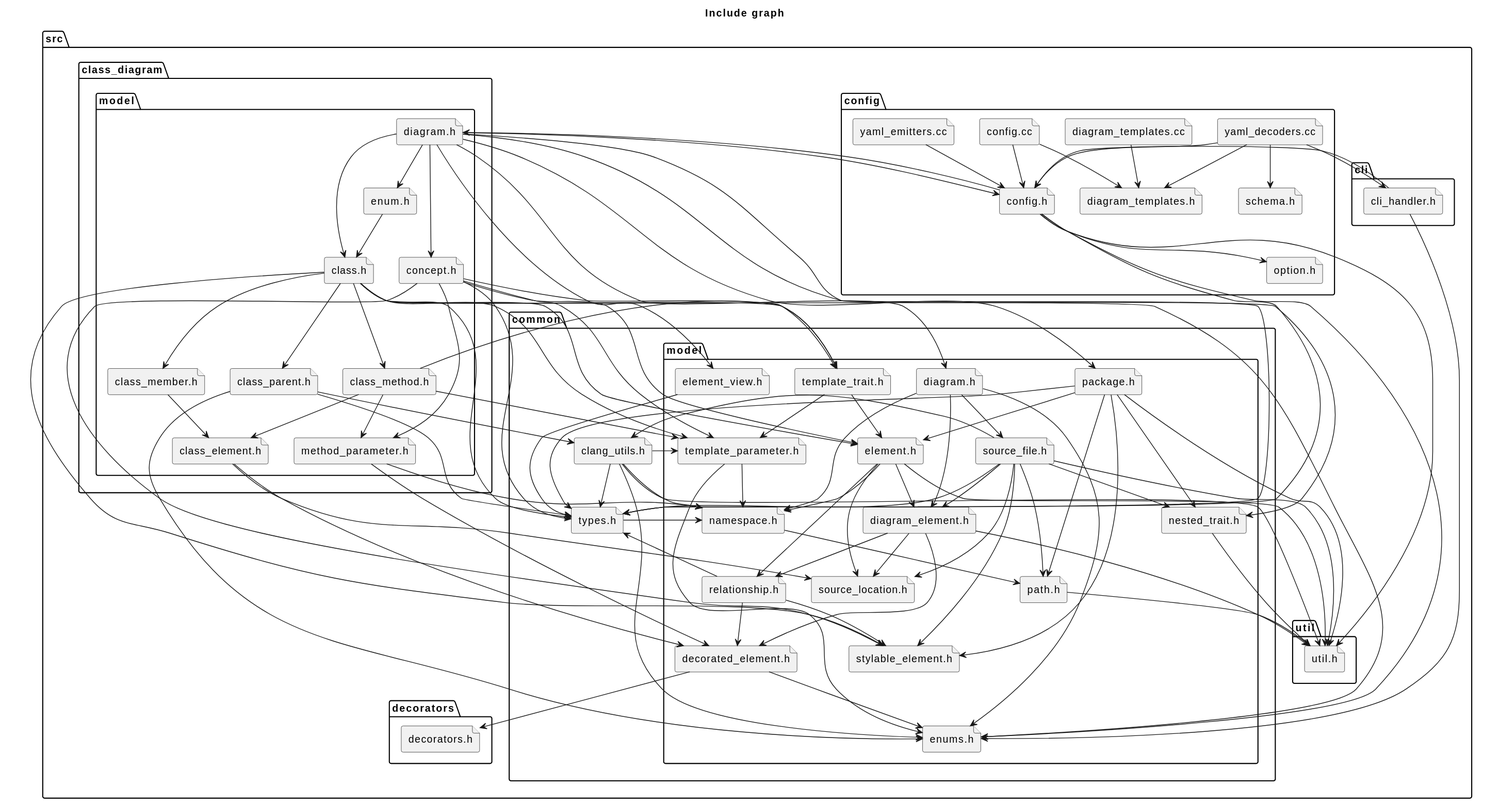
This is clang-uml/diagrams/include_graph.svg from bkryza/clang-uml-examples, a PlantUML export, as it was before one commit.
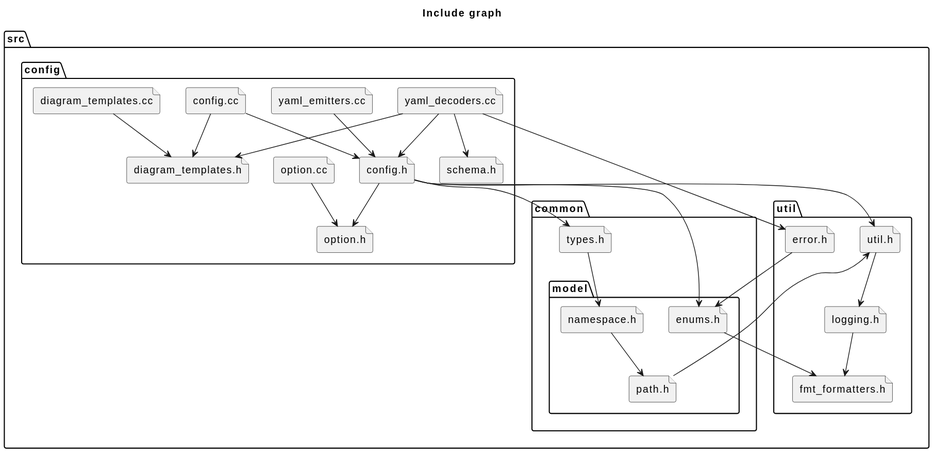
Above is the later version.

What changed in the source:
```diff
@@ -1,158 +1,51 @@
 @startuml
 title Include graph
-folder "src" as C_0001387619747296316447 {
-folder "config" as C_0000801280654497083899 {
-file "yaml_emitters.cc" as C_0001330962329378590766 [[{yaml_emitters.cc}]]
-file "config.h" as C_0001517501747809573739 [[{config.h}]]
-file "option.h" as C_0000318140781021252562 [[{option.h}]]
-file "yaml_decoders.cc" as C_0000106372156110337374 [[{yaml_decoders.cc}]]
-file "diagram_templates.h" as C_0001184346145051269879 [[{diagram_templates.h}]]
-file "schema.h" as C_0001695007513528524663 [[{schema.h}]]
-file "diagram_templates.cc" as C_0001078679885272294116 [[{diagram_templates.cc}]]
-file "config.cc" as C_0001884930640857833435 [[{config.cc}]]
+folder "src" as C_0011100957978370531577 {
+folder "config" as C_0006410245235976671199 {
+file "config.cc" as C_0015079445126862667482 [[{config.cc}]]
+file "config.h" as C_0012140013982476589918 [[{config.h}]]
+file "option.h" as C_0002545126248170020497 [[{option.h}]]
+file "diagram_templates.h" as C_0009474769160410159032 [[{diagram_templates.h}]]
+file "yaml_decoders.cc" as C_0000850977248882698993 [[{yaml_decoders.cc}]]
+file "schema.h" as C_0013560060108228197304 [[{schema.h}]]
+file "diagram_templates.cc" as C_0008629439082178352935 [[{diagram_templates.cc}]]
+file "option.cc" as C_0001520455994560399278 [[{option.cc}]]
+file "yaml_emitters.cc" as C_0010647698635028726129 [[{yaml_emitters.cc}]]
 }
-folder "class_diagram" as C_0000096980164506861403 {
-folder "model" as C_0001888420740816648525 {
-file "diagram.h" as C_0000235288518944558554 [[{diagram.h}]]
-file "class.h" as C_0000612476246126510831 [[{class.h}]]
-file "class_member.h" as C_0002036238528186413641 [[{class_member.h}]]
-file "class_element.h" as C_0000586299741862872695 [[{class_element.h}]]
-file "class_method.h" as C_0000140301785284925217 [[{class_method.h}]]
-file "method_parameter.h" as C_0001300096626171124337 [[{method_parameter.h}]]
-file "class_parent.h" as C_0000545073394723083184 [[{class_parent.h}]]
-file "concept.h" as C_0001616841349791035991 [[{concept.h}]]
-file "enum.h" as C_0001088426035973322289 [[{enum.h}]]
+folder "common" as C_0000104943970053505636 {
+folder "model" as C_0015093366486862577796 {
+file "enums.h" as C_0009388434743451459542 [[{enums.h}]]
+file "namespace.h" as C_0000255852889039832162 [[{namespace.h}]]
+file "path.h" as C_0003368630512743138441 [[{path.h}]]
+}
+file "types.h" as C_0011896277980381595836 [[{types.h}]]
+}
+folder "util" as C_0014145132412893887777 {
+file "fmt_formatters.h" as C_0001506908138452400189 [[{fmt_formatters.h}]]
+file "util.h" as C_0015818096269110849716 [[{util.h}]]
+file "logging.h" as C_0000181420260258778140 [[{logging.h}]]
+file "error.h" as C_0008683420888540374207 [[{error.h}]]
 }
 }
-folder "common" as C_0000013117996256688204 {
-folder "model" as C_0001886670810857822224 {
-file "decorated_element.h" as C_0000091103538070137837 [[{decorated_element.h}]]
-file "enums.h" as C_0001173554342931432442 [[{enums.h}]]
-file "source_location.h" as C_0000996348329834985739 [[{source_location.h}]]
-file "template_parameter.h" as C_0001938476450842061831 [[{template_parameter.h}]]
-file "namespace.h" as C_0000031981611129979020 [[{namespace.h}]]
-file "path.h" as C_0000421078814092892305 [[{path.h}]]
-file "template_trait.h" as C_0000879593267266762645 [[{template_trait.h}]]
-file "element.h" as C_0001950482363707889771 [[{element.h}]]
-file "diagram_element.h" as C_0000160790283619195758 [[{diagram_element.h}]]
-file "relationship.h" as C_0000001380661770452430 [[{relationship.h}]]
-file "stylable_element.h" as C_0001084419599357613350 [[{stylable_element.h}]]
-file "diagram.h" as C_0001326133486042398391 [[{diagram.h}]]
-file "source_file.h" as C_0000363690717923519015 [[{source_file.h}]]
-file "nested_trait.h" as C_0000982121795660982507 [[{nested_trait.h}]]
-file "element_view.h" as C_0001404135812960657267 [[{element_view.h}]]
-file "package.h" as C_0000095433710591389917 [[{package.h}]]
-}
-file "types.h" as C_0001487034747547699479 [[{types.h}]]
-file "clang_utils.h" as C_0000787048741638979387 [[{clang_utils.h}]]
-}
-folder "decorators" as C_0001519454609565426198 {
-file "decorators.h" as C_0000080293097801809824 [[{decorators.h}]]
-}
-folder "util" as C_0001768141551611735972 {
-file "util.h" as C_0001977262033638856214 [[{util.h}]]
-}
-folder "cli" as C_0001001666726973712004 {
-file "cli_handler.h" as C_0001587575351531605570 [[{cli_handler.h}]]
-}
-}
-C_0001330962329378590766 --> C_0001517501747809573739
-C_0001517501747809573739 --> C_0000235288518944558554
-C_0001517501747809573739 --> C_0001173554342931432442
-C_0001517501747809573739 --> C_0001487034747547699479
-C_0001517501747809573739 --> C_0000318140781021252562
-C_0001517501747809573739 --> C_0001977262033638856214
-C_0000106372156110337374 --> C_0001587575351531605570
-C_0000106372156110337374 --> C_0001517501747809573739
-C_0000106372156110337374 --> C_0001184346145051269879
-C_0000106372156110337374 --> C_0001695007513528524663
-C_0001078679885272294116 --> C_0001184346145051269879
-C_0001884930640857833435 --> C_0001517501747809573739
-C_0001884930640857833435 --> C_0001184346145051269879
-C_0000235288518944558554 --> C_0000612476246126510831
-C_0000235288518944558554 --> C_0001326133486042398391
-C_0000235288518944558554 --> C_0001404135812960657267
-C_0000235288518944558554 --> C_0000982121795660982507
-C_0000235288518944558554 --> C_0000095433710591389917
-C_0000235288518944558554 --> C_0001487034747547699479
-C_0000235288518944558554 --> C_0001616841349791035991
-C_0000235288518944558554 --> C_0001517501747809573739
-C_0000235288518944558554 --> C_0001088426035973322289
-C_0000612476246126510831 --> C_0002036238528186413641
-C_0000612476246126510831 --> C_0000140301785284925217
-C_0000612476246126510831 --> C_0000545073394723083184
-C_0000612476246126510831 --> C_0001950482363707889771
-C_0000612476246126510831 --> C_0001173554342931432442
-C_0000612476246126510831 --> C_0001084419599357613350
-C_0000612476246126510831 --> C_0001938476450842061831
-C_0000612476246126510831 --> C_0000879593267266762645
-C_0000612476246126510831 --> C_0001487034747547699479
-C_0002036238528186413641 --> C_0000586299741862872695
-C_0000586299741862872695 --> C_0000091103538070137837
-C_0000586299741862872695 --> C_0000996348329834985739
-C_0000140301785284925217 --> C_0000586299741862872695
-C_0000140301785284925217 --> C_0001938476450842061831
-C_0000140301785284925217 --> C_0000879593267266762645
-C_0000140301785284925217 --> C_0001300096626171124337
-C_0001300096626171124337 --> C_0000091103538070137837
-C_0001300096626171124337 --> C_0000031981611129979020
-C_0000545073394723083184 --> C_0000787048741638979387
-C_0000545073394723083184 --> C_0001173554342931432442
-C_0000545073394723083184 --> C_0001487034747547699479
-C_0001616841349791035991 --> C_0001300096626171124337
-C_0001616841349791035991 --> C_0001950482363707889771
-C_0001616841349791035991 --> C_0001084419599357613350
-C_0001616841349791035991 --> C_0001938476450842061831
-C_0001616841349791035991 --> C_0000879593267266762645
-C_0001616841349791035991 --> C_0001487034747547699479
-C_0001088426035973322289 --> C_0000612476246126510831
-C_0000091103538070137837 --> C_0001173554342931432442
-C_0000091103538070137837 --> C_0000080293097801809824
-C_0001938476450842061831 --> C_0001173554342931432442
-C_0001938476450842061831 --> C_0000031981611129979020
-C_0000031981611129979020 --> C_0000421078814092892305
-C_0000421078814092892305 --> C_0001977262033638856214
-C_0000879593267266762645 --> C_0001950482363707889771
-C_0000879593267266762645 --> C_0001938476450842061831
-C_0001950482363707889771 --> C_0000160790283619195758
-C_0001950482363707889771 --> C_0000031981611129979020
-C_0001950482363707889771 --> C_0000001380661770452430
-C_0001950482363707889771 --> C_0000996348329834985739
-C_0001950482363707889771 --> C_0001977262033638856214
-C_0000160790283619195758 --> C_0000091103538070137837
-C_0000160790283619195758 --> C_0000001380661770452430
-C_0000160790283619195758 --> C_0000996348329834985739
-C_0000160790283619195758 --> C_0001977262033638856214
-C_0000001380661770452430 --> C_0000091103538070137837
-C_0000001380661770452430 --> C_0001084419599357613350
-C_0000001380661770452430 --> C_0001487034747547699479
-C_0001326133486042398391 --> C_0000160790283619195758
-C_0001326133486042398391 --> C_0001173554342931432442
-C_0001326133486042398391 --> C_0000031981611129979020
-C_0001326133486042398391 --> C_0000363690717923519015
-C_0000363690717923519015 --> C_0000787048741638979387
-C_0000363690717923519015 --> C_0000160790283619195758
-C_0000363690717923519015 --> C_0000982121795660982507
-C_0000363690717923519015 --> C_0000421078814092892305
-C_0000363690717923519015 --> C_0000996348329834985739
-C_0000363690717923519015 --> C_0001084419599357613350
-C_0000363690717923519015 --> C_0001487034747547699479
-C_0000363690717923519015 --> C_0001977262033638856214
-C_0000982121795660982507 --> C_0001977262033638856214
-C_0001404135812960657267 --> C_0001487034747547699479
-C_0000095433710591389917 --> C_0001950482363707889771
-C_0000095433710591389917 --> C_0000982121795660982507
-C_0000095433710591389917 --> C_0000421078814092892305
-C_0000095433710591389917 --> C_0001084419599357613350
-C_0000095433710591389917 --> C_0001487034747547699479
-C_0000095433710591389917 --> C_0001977262033638856214
-C_0001487034747547699479 --> C_0000031981611129979020
-C_0000787048741638979387 --> C_0001173554342931432442
-C_0000787048741638979387 --> C_0000031981611129979020
-C_0000787048741638979387 --> C_0001938476450842061831
-C_0000787048741638979387 --> C_0001487034747547699479
-C_0000787048741638979387 --> C_0001977262033638856214
-C_0001587575351531605570 --> C_0001173554342931432442
-C_0001587575351531605570 --> C_0001517501747809573739
+C_0015079445126862667482 --> C_0012140013982476589918
+C_0015079445126862667482 --> C_0009474769160410159032
+C_0012140013982476589918 --> C_0009388434743451459542
+C_0012140013982476589918 --> C_0011896277980381595836
+C_0012140013982476589918 --> C_0002545126248170020497
+C_0012140013982476589918 --> C_0015818096269110849716
+C_0000850977248882698993 --> C_0012140013982476589918
+C_0000850977248882698993 --> C_0009474769160410159032
+C_0000850977248882698993 --> C_0013560060108228197304
+C_0000850977248882698993 --> C_0008683420888540374207
+C_0008629439082178352935 --> C_0009474769160410159032
+C_0001520455994560399278 --> C_0002545126248170020497
+C_0010647698635028726129 --> C_0012140013982476589918
+C_0009388434743451459542 --> C_0001506908138452400189
+C_0000255852889039832162 --> C_0003368630512743138441
+C_0003368630512743138441 --> C_0015818096269110849716
+C_0011896277980381595836 --> C_0000255852889039832162
+C_0015818096269110849716 --> C_0000181420260258778140
+C_0000181420260258778140 --> C_0001506908138452400189
+C_0008683420888540374207 --> C_0009388434743451459542
 
 @enduml
```
